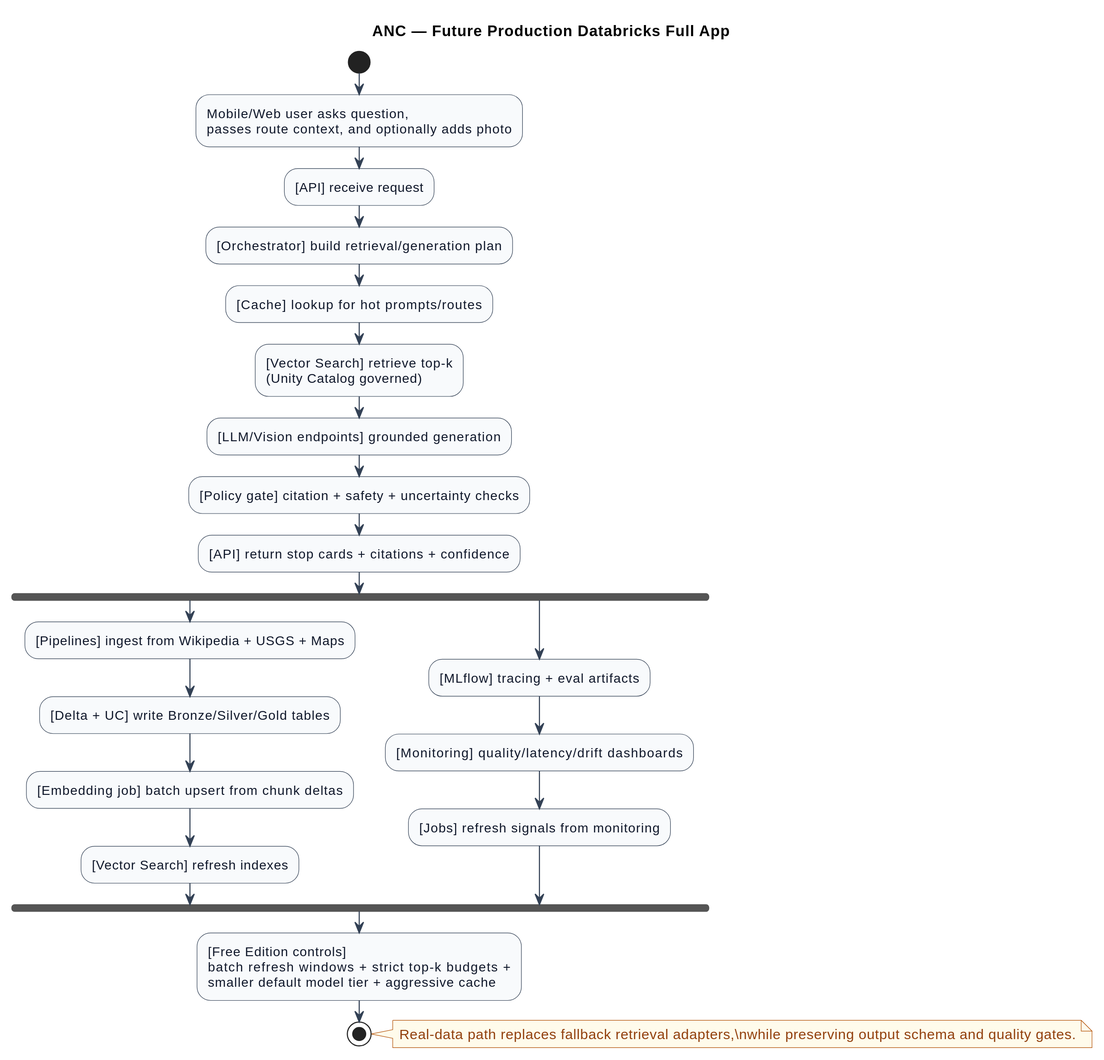
Above: docs/diagrams/rendered/06_anc_databricks_production_app.svg in TechR10n/naturalist-companion (PlantUML), before the change. Its diagram source:
```plantuml
@startuml
skinparam shadowing false
skinparam backgroundColor #FFFFFF
skinparam defaultTextAlignment left
skinparam dpi 160
skinparam ArrowColor #334155
skinparam ArrowFontColor #334155
skinparam note {
  BackgroundColor #FFFBEB
  BorderColor #B45309
  FontColor #92400E
}
skinparam activity {
  BackgroundColor #F8FAFC
  BorderColor #334155
  FontColor #0F172A
}
title ANC — Future Production Databricks Full App

start
:Mobile/Web user asks question,\npasses route context, and optionally adds photo;
:[API] receive request;
:[Orchestrator] build retrieval/generation plan;
:[Cache] lookup for hot prompts/routes;
:[Vector Search] retrieve top-k\n(Unity Catalog governed);
:[LLM/Vision endpoints] grounded generation;
:[Policy gate] citation + safety + uncertainty checks;
:[API] return stop cards + citations + confidence;

fork
  :[Pipelines] ingest from Wikipedia + USGS + Maps;
  :[Delta + UC] write Bronze/Silver/Gold tables;
  :[Embedding job] batch upsert from chunk deltas;
  :[Vector Search] refresh indexes;
fork again
  :[MLflow] tracing + eval artifacts;
  :[Monitoring] quality/latency/drift dashboards;
  :[Jobs] refresh signals from monitoring;
end fork

:[Free Edition controls]\nbatch refresh windows + strict top-k budgets +\nsmaller default model tier + aggressive cache;
stop

note right
Real-data path replaces toy retrieval adapters,\nwhile preserving output schema and quality gates.
end note
@enduml
```
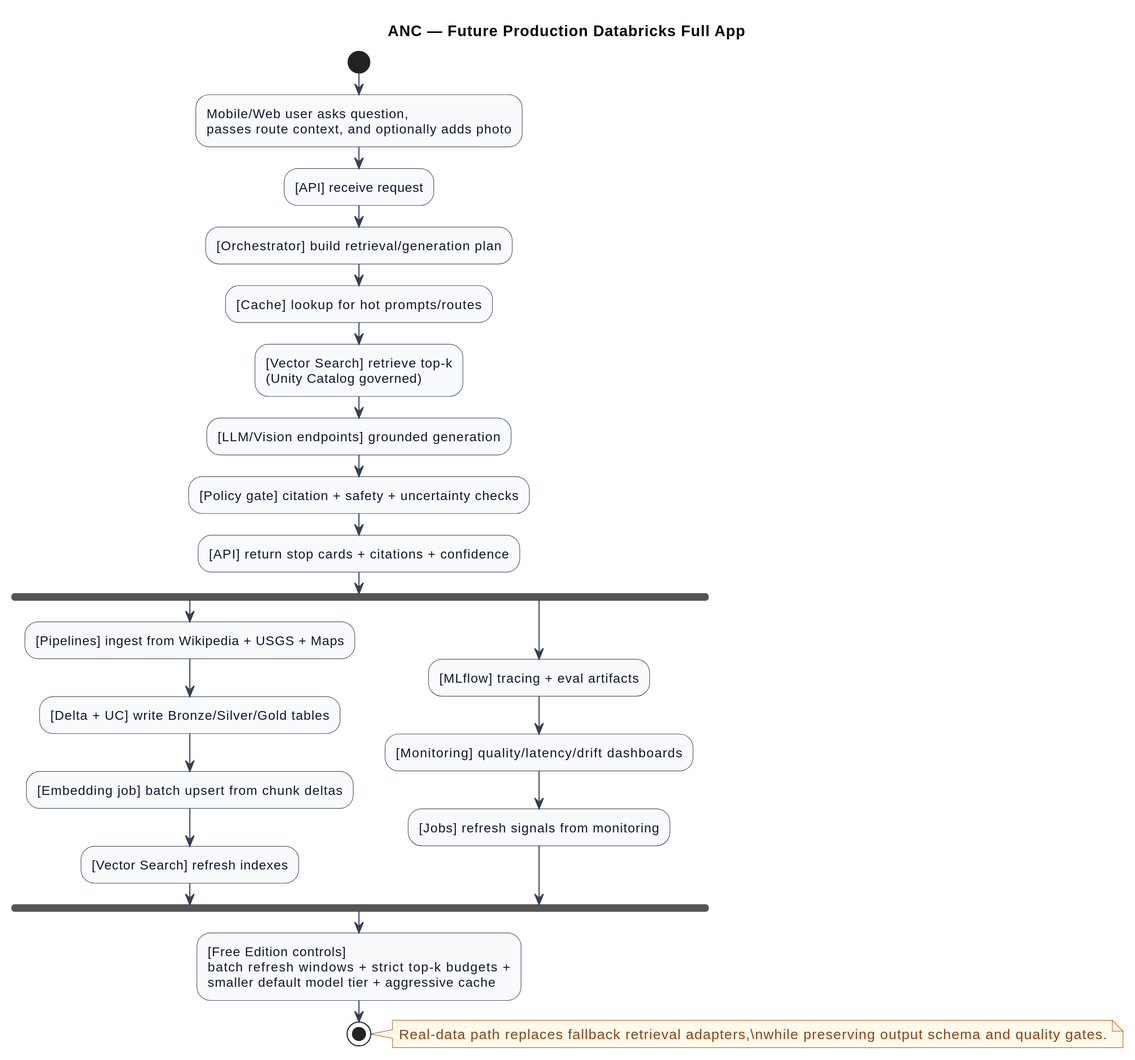
Later version of the same file.

Commit message:
Match anc_dbrx to Databricks parity

Diff of the diagram source:
```diff
@@ -42,6 +42,6 @@
 stop
 
 note right
-Real-data path replaces toy retrieval adapters,\nwhile preserving output schema and quality gates.
+Real-data path replaces fallback retrieval adapters,\nwhile preserving output schema and quality gates.
 end note
 @enduml
```
